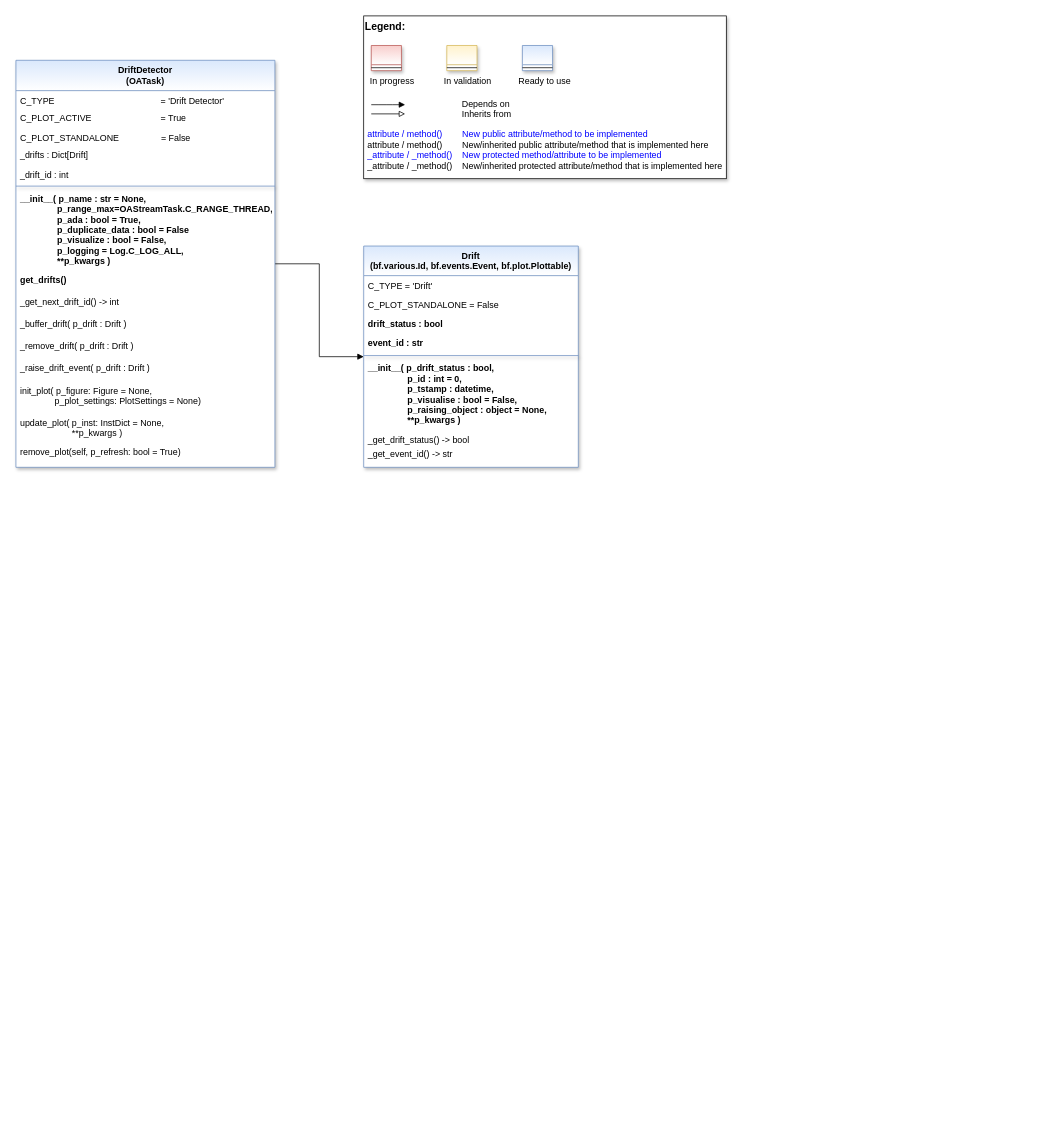
Before: page "Page-1" (1 of 2) of doc/rtd/content/99_appendices/appendix2/sub/pool/mlpro_oa/streams/tasks/drift_detectors/cluster_based/images/MLPro-OA-CB-Drift-Detectors_class_diagram.drawio in fhswf/MLPro, a draw.io diagram. Source tidied: cells renumbered, new cells numbered last; positions are measured from the earlier drawing's top-left corner, leaving out a move shared by most shapes. Both pictures are drawn from the tidied source at 74%, with x=0, y=0 at pixel (16, 16).
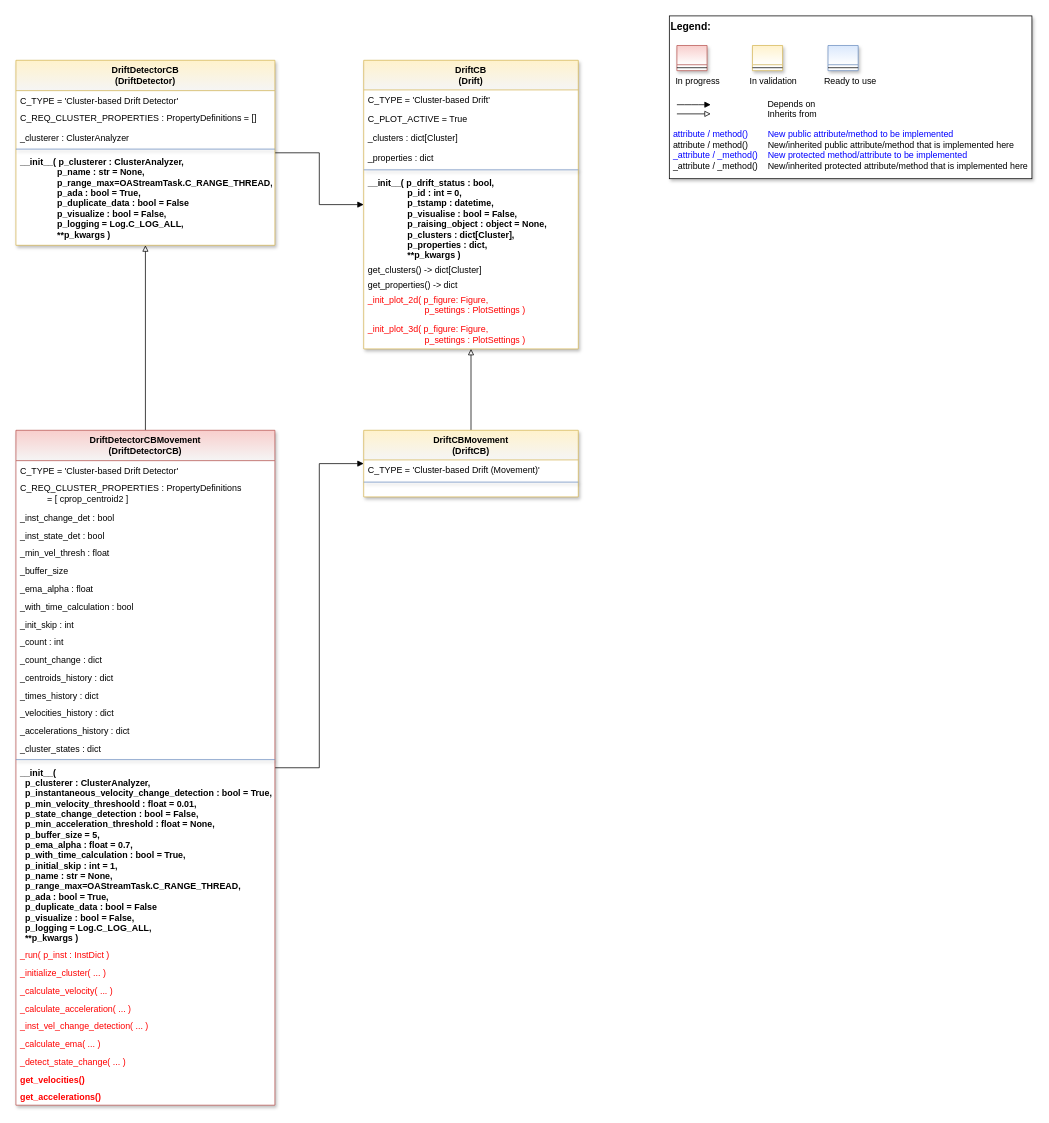
Above is the later version.

Commit message (it also covers changes not shown here):
Refact: Separation of anomaly detection from drift detection #1133

What changed in the source:
```diff
@@
     <mxCell id="2" style="group;" parent="1" vertex="1">
-      <mxGeometry x="470" width="490" height="220" as="geometry" />
+      <mxGeometry x="883" width="490" height="220" as="geometry" />
     </mxCell>
@@
-    <mxCell id="13" value="DriftDetector&#10;(OATask)" style="swimlane;align=center;verticalAlign=top;horizontal=1;startSize=41;rounded=0;shadow=1;strokeWidth=1;fillColor=#dae8fc;strokeColor=#6c8ebf;swimlaneFillColor=#ffffff;gradientColor=#ffffff;" parent="1" vertex="1">
-      <mxGeometry y="60" width="350" height="550" as="geometry" />
+    <mxCell id="13" value="DriftDetectorCB&#10;(DriftDetector)" style="swimlane;align=center;verticalAlign=top;horizontal=1;startSize=41;rounded=0;shadow=1;strokeWidth=1;fillColor=#fff2cc;strokeColor=#d6b656;swimlaneFillColor=#ffffff;gradientColor=#F5F5F5;" parent="1" vertex="1">
+      <mxGeometry y="60" width="350" height="250" as="geometry" />
     </mxCell>
-    <mxCell id="14" value="C_TYPE                                           = 'Drift Detector'" style="text;align=left;verticalAlign=top;spacingLeft=4;spacingRight=4;overflow=hidden;" parent="13" vertex="1">
+    <mxCell id="14" value="C_TYPE = 'Cluster-based Drift Detector'" style="text;align=left;verticalAlign=top;spacingLeft=4;spacingRight=4;overflow=hidden;" parent="13" vertex="1">
       <mxGeometry y="41" width="350" height="24" as="geometry" />
     </mxCell>
-    <mxCell id="15" value="C_PLOT_ACTIVE &amp;nbsp; &amp;nbsp; &amp;nbsp; &amp;nbsp; &amp;nbsp; &lt;span style=&quot;white-space: pre;&quot;&gt;&#9;&lt;/span&gt;&lt;span style=&quot;white-space: pre;&quot;&gt;&#9;&lt;/span&gt;&amp;nbsp;= True" style="text;align=left;verticalAlign=top;spacingLeft=4;spacingRight=4;overflow=hidden;html=1;" parent="13" vertex="1">
-      <mxGeometry y="65" width="350" height="26" as="geometry" />
-    </mxCell>
-    <mxCell id="16" value="C_PLOT_STANDALONE                 = False" style="text;align=left;verticalAlign=top;spacingLeft=4;spacingRight=4;overflow=hidden;" parent="13" vertex="1">
-      <mxGeometry y="91" width="350" height="24" as="geometry" />
-    </mxCell>
-    <mxCell id="17" value="_drifts : Dict[Drift]" style="text;align=left;verticalAlign=top;spacingLeft=4;spacingRight=4;overflow=hidden;" parent="13" vertex="1">
-      <mxGeometry y="115" width="350" height="26" as="geometry" />
+    <mxCell id="17" value="C_REQ_CLUSTER_PROPERTIES : PropertyDefinitions = []" style="text;align=left;verticalAlign=top;spacingLeft=4;spacingRight=4;overflow=hidden;" parent="13" vertex="1">
+      <mxGeometry y="65" width="350" height="26" as="geometry" />
     </mxCell>
-    <mxCell id="18" value="_drift_id : int" style="text;align=left;verticalAlign=top;spacingLeft=4;spacingRight=4;overflow=hidden;" parent="13" vertex="1">
-      <mxGeometry y="141" width="350" height="25" as="geometry" />
+    <mxCell id="18" value="_clusterer : ClusterAnalyzer" style="text;align=left;verticalAlign=top;spacingLeft=4;spacingRight=4;overflow=hidden;" parent="13" vertex="1">
+      <mxGeometry y="91" width="350" height="25" as="geometry" />
     </mxCell>
     <mxCell id="19" style="line;html=1;strokeWidth=1;align=center;verticalAlign=top;spacingTop=-1;spacingLeft=3;spacingRight=3;labelPosition=right;rounded=0;shadow=1;strokeColor=#6c8ebf;swimlaneFillColor=#ffffff;fontFamily=Helvetica;fontSize=12;fontColor=default;fontStyle=3;fillColor=#dae8fc;gradientColor=#ffffff;" parent="13" vertex="1">
-      <mxGeometry y="166" width="350" height="8" as="geometry" />
+      <mxGeometry y="116" width="350" height="8" as="geometry" />
     </mxCell>
-    <mxCell id="20" value="__init__( p_name : str = None,&#10;               p_range_max=OAStreamTask.C_RANGE_THREAD,&#10;               p_ada : bool = True,&#10;               p_duplicate_data : bool = False&#10;               p_visualize : bool = False,&#10;               p_logging = Log.C_LOG_ALL,&#10;               **p_kwargs )" style="text;align=left;verticalAlign=top;spacingLeft=4;spacingRight=4;overflow=hidden;fontStyle=1;" parent="13" vertex="1">
-      <mxGeometry y="174" width="350" height="109" as="geometry" />
+    <mxCell id="20" value="__init__( p_clusterer : ClusterAnalyzer,&#10;               p_name : str = None,&#10;               p_range_max=OAStreamTask.C_RANGE_THREAD,&#10;               p_ada : bool = True,&#10;               p_duplicate_data : bool = False&#10;               p_visualize : bool = False,&#10;               p_logging = Log.C_LOG_ALL,&#10;               **p_kwargs )" style="text;align=left;verticalAlign=top;spacingLeft=4;spacingRight=4;overflow=hidden;fontStyle=1;" parent="13" vertex="1">
+      <mxGeometry y="124" width="350" height="126" as="geometry" />
     </mxCell>
-    <mxCell id="21" value="get_drifts()" style="text;align=left;verticalAlign=top;spacingLeft=4;spacingRight=4;overflow=hidden;shadow=1;fontStyle=1;" parent="13" vertex="1">
-      <mxGeometry y="283" width="350" height="30" as="geometry" />
-    </mxCell>
-    <mxCell id="22" value="_get_next_drift_id() -&gt; int" style="text;align=left;verticalAlign=top;spacingLeft=4;spacingRight=4;overflow=hidden;shadow=1;" parent="13" vertex="1">
-      <mxGeometry y="313" width="350" height="30" as="geometry" />
-    </mxCell>
-    <mxCell id="23" value="_buffer_drift( p_drift : Drift ) " style="text;align=left;verticalAlign=top;spacingLeft=4;spacingRight=4;overflow=hidden;shadow=1;" parent="13" vertex="1">
-      <mxGeometry y="343" width="350" height="30" as="geometry" />
-    </mxCell>
-    <mxCell id="24" value="_remove_drift( p_drift : Drift )" style="text;align=left;verticalAlign=top;spacingLeft=4;spacingRight=4;overflow=hidden;shadow=1;" parent="13" vertex="1">
-      <mxGeometry y="373" width="350" height="30" as="geometry" />
-    </mxCell>
-    <mxCell id="25" value="_raise_drift_event( p_drift : Drift )" style="text;align=left;verticalAlign=top;spacingLeft=4;spacingRight=4;overflow=hidden;shadow=1;" parent="13" vertex="1">
-      <mxGeometry y="403" width="350" height="30" as="geometry" />
-    </mxCell>
-    <mxCell id="26" value="init_plot( p_figure: Figure = None,&#10;              p_plot_settings: PlotSettings = None)" style="text;align=left;verticalAlign=top;spacingLeft=4;spacingRight=4;overflow=hidden;shadow=1;" parent="13" vertex="1">
-      <mxGeometry y="433" width="350" height="43" as="geometry" />
-    </mxCell>
-    <mxCell id="27" value="update_plot( p_inst: InstDict = None,&#10;                     **p_kwargs )" style="text;align=left;verticalAlign=top;spacingLeft=4;spacingRight=4;overflow=hidden;shadow=1;" parent="13" vertex="1">
-      <mxGeometry y="476" width="350" height="40" as="geometry" />
-    </mxCell>
-    <mxCell id="28" value="remove_plot(self, p_refresh: bool = True)" style="text;align=left;verticalAlign=top;spacingLeft=4;spacingRight=4;overflow=hidden;shadow=1;" parent="13" vertex="1">
-      <mxGeometry y="516" width="350" height="30" as="geometry" />
-    </mxCell>
-    <mxCell id="29" value="Drift&#10;(bf.various.Id, bf.events.Event, bf.plot.Plottable)" style="swimlane;fontStyle=1;align=center;verticalAlign=top;horizontal=1;startSize=40;rounded=0;shadow=1;strokeWidth=1;fillColor=#dae8fc;strokeColor=#6c8ebf;swimlaneFillColor=#ffffff;gradientColor=#ffffff;fontFamily=Helvetica;fontSize=12;fontColor=default;" parent="1" vertex="1">
-      <mxGeometry x="470" y="311" width="290" height="299" as="geometry" />
+    <mxCell id="29" value="DriftCB&#10;(Drift)" style="swimlane;fontStyle=1;align=center;verticalAlign=top;horizontal=1;startSize=40;rounded=0;shadow=1;strokeWidth=1;fillColor=#fff2cc;strokeColor=#d6b656;swimlaneFillColor=#ffffff;fontFamily=Helvetica;fontSize=12;gradientColor=#F5F5F5;" parent="1" vertex="1">
+      <mxGeometry x="470" y="60" width="290" height="390" as="geometry" />
     </mxCell>
-    <mxCell id="30" value="C_TYPE = 'Drift'" style="text;align=left;verticalAlign=top;spacingLeft=4;spacingRight=4;overflow=hidden;" parent="29" vertex="1">
+    <mxCell id="30" value="C_TYPE = 'Cluster-based Drift'" style="text;align=left;verticalAlign=top;spacingLeft=4;spacingRight=4;overflow=hidden;" parent="29" vertex="1">
       <mxGeometry y="40" width="290" height="26" as="geometry" />
     </mxCell>
-    <mxCell id="31" value="C_PLOT_STANDALONE = False" style="text;align=left;verticalAlign=top;spacingLeft=4;spacingRight=4;overflow=hidden;" parent="29" vertex="1">
+    <mxCell id="31" value="C_PLOT_ACTIVE = True" style="text;align=left;verticalAlign=top;spacingLeft=4;spacingRight=4;overflow=hidden;" parent="29" vertex="1">
       <mxGeometry y="66" width="290" height="26" as="geometry" />
     </mxCell>
-    <mxCell id="32" value="drift_status : bool" style="text;align=left;verticalAlign=top;spacingLeft=4;spacingRight=4;overflow=hidden;fontStyle=1;" parent="29" vertex="1">
+    <mxCell id="32" value="_clusters : dict[Cluster]" style="text;align=left;verticalAlign=top;spacingLeft=4;spacingRight=4;overflow=hidden;fontStyle=0;" parent="29" vertex="1">
       <mxGeometry y="92" width="290" height="26" as="geometry" />
     </mxCell>
-    <mxCell id="33" value="event_id : str" style="text;align=left;verticalAlign=top;spacingLeft=4;spacingRight=4;overflow=hidden;fontStyle=1;" parent="29" vertex="1">
+    <mxCell id="33" value="_properties : dict" style="text;align=left;verticalAlign=top;spacingLeft=4;spacingRight=4;overflow=hidden;fontStyle=0;" parent="29" vertex="1">
       <mxGeometry y="118" width="290" height="26" as="geometry" />
     </mxCell>
@@
-    <mxCell id="35" value="__init__( p_drift_status : bool,&#10;                p_id : int = 0,&#10;                p_tstamp : datetime,&#10;                p_visualise : bool = False,&#10;                p_raising_object : object = None,&#10;                **p_kwargs )" style="text;align=left;verticalAlign=top;spacingLeft=4;spacingRight=4;overflow=hidden;fontStyle=1;" parent="29" vertex="1">
-      <mxGeometry y="152" width="290" height="96" as="geometry" />
+    <mxCell id="35" value="__init__( p_drift_status : bool,&#10;                p_id : int = 0,&#10;                p_tstamp : datetime,&#10;                p_visualise : bool = False,&#10;                p_raising_object : object = None,&#10;                p_clusters : dict[Cluster],&#10;                p_properties : dict,&#10;                **p_kwargs )" style="text;align=left;verticalAlign=top;spacingLeft=4;spacingRight=4;overflow=hidden;fontStyle=1;" parent="29" vertex="1">
+      <mxGeometry y="152" width="290" height="118" as="geometry" />
     </mxCell>
-    <mxCell id="36" value="_get_drift_status() -&gt; bool" style="text;align=left;verticalAlign=top;spacingLeft=4;spacingRight=4;overflow=hidden;" parent="29" vertex="1">
-      <mxGeometry y="248" width="290" height="20" as="geometry" />
+    <mxCell id="36" value="get_clusters() -&gt; dict[Cluster]" style="text;align=left;verticalAlign=top;spacingLeft=4;spacingRight=4;overflow=hidden;" parent="29" vertex="1">
+      <mxGeometry y="270" width="290" height="20" as="geometry" />
     </mxCell>
-    <mxCell id="37" value="_get_event_id() -&gt; str" style="text;align=left;verticalAlign=top;spacingLeft=4;spacingRight=4;overflow=hidden;" parent="29" vertex="1">
-      <mxGeometry y="268" width="290" height="20" as="geometry" />
+    <mxCell id="37" value="get_properties() -&gt; dict" style="text;align=left;verticalAlign=top;spacingLeft=4;spacingRight=4;overflow=hidden;" parent="29" vertex="1">
+      <mxGeometry y="290" width="290" height="20" as="geometry" />
     </mxCell>
+    <mxCell id="38" value="_init_plot_2d( p_figure: Figure, &#10;                       p_settings : PlotSettings )" style="text;align=left;verticalAlign=top;spacingLeft=4;spacingRight=4;overflow=hidden;fontColor=#FF0000;" parent="29" vertex="1">
+      <mxGeometry y="310" width="290" height="40" as="geometry" />
+    </mxCell>
+    <mxCell id="39" value="_init_plot_3d( p_figure: Figure, &#10;                       p_settings : PlotSettings )" style="text;align=left;verticalAlign=top;spacingLeft=4;spacingRight=4;overflow=hidden;fontColor=#FF0000;" parent="29" vertex="1">
+      <mxGeometry y="350" width="290" height="40" as="geometry" />
+    </mxCell>
+    <mxCell id="40" style="edgeStyle=orthogonalEdgeStyle;rounded=0;jettySize=auto;html=1;endArrow=block;endFill=0;" parent="1" edge="1" source="42" target="13">
+      <mxGeometry relative="1" as="geometry" />
+    </mxCell>
+    <mxCell id="41" style="edgeStyle=orthogonalEdgeStyle;rounded=0;jettySize=auto;html=1;endArrow=block;endFill=1;" parent="1" edge="1" source="42" target="71">
+      <mxGeometry relative="1" as="geometry" />
+    </mxCell>
+    <mxCell id="42" value="DriftDetectorCBMovement&#10;(DriftDetectorCB)" style="swimlane;align=center;verticalAlign=top;horizontal=1;startSize=41;rounded=0;shadow=1;strokeWidth=1;fillColor=#f8cecc;strokeColor=#b85450;swimlaneFillColor=#ffffff;gradientColor=#F5F5F5;" parent="1" vertex="1">
+      <mxGeometry y="560" width="350" height="912" as="geometry" />
+    </mxCell>
+    <mxCell id="43" value="C_TYPE = 'Cluster-based Drift Detector'" style="text;align=left;verticalAlign=top;spacingLeft=4;spacingRight=4;overflow=hidden;" parent="42" vertex="1">
+      <mxGeometry y="41" width="350" height="24" as="geometry" />
+    </mxCell>
+    <mxCell id="44" value="C_REQ_CLUSTER_PROPERTIES : PropertyDefinitions &#10;           = [ cprop_centroid2 ]" style="text;align=left;verticalAlign=top;spacingLeft=4;spacingRight=4;overflow=hidden;" parent="42" vertex="1">
+      <mxGeometry y="65" width="350" height="40" as="geometry" />
+    </mxCell>
+    <mxCell id="45" value="_inst_change_det : bool" style="text;align=left;verticalAlign=top;spacingLeft=4;spacingRight=4;overflow=hidden;" parent="42" vertex="1">
+      <mxGeometry y="105" width="350" height="24" as="geometry" />
+    </mxCell>
+    <mxCell id="46" value="_inst_state_det : bool" style="text;align=left;verticalAlign=top;spacingLeft=4;spacingRight=4;overflow=hidden;" parent="42" vertex="1">
+      <mxGeometry y="129" width="350" height="24" as="geometry" />
+    </mxCell>
+    <mxCell id="47" value="_min_vel_thresh : float" style="text;align=left;verticalAlign=top;spacingLeft=4;spacingRight=4;overflow=hidden;" parent="42" vertex="1">
+      <mxGeometry y="153" width="350" height="24" as="geometry" />
+    </mxCell>
+    <mxCell id="48" value="_buffer_size" style="text;align=left;verticalAlign=top;spacingLeft=4;spacingRight=4;overflow=hidden;" parent="42" vertex="1">
+      <mxGeometry y="177" width="350" height="24" as="geometry" />
+    </mxCell>
+    <mxCell id="49" value="_ema_alpha : float" style="text;align=left;verticalAlign=top;spacingLeft=4;spacingRight=4;overflow=hidden;" parent="42" vertex="1">
+      <mxGeometry y="201" width="350" height="24" as="geometry" />
+    </mxCell>
+    <mxCell id="50" value="_with_time_calculation : bool" style="text;align=left;verticalAlign=top;spacingLeft=4;spacingRight=4;overflow=hidden;" parent="42" vertex="1">
+      <mxGeometry y="225" width="350" height="24" as="geometry" />
+    </mxCell>
+    <mxCell id="51" value="_init_skip : int" style="text;align=left;verticalAlign=top;spacingLeft=4;spacingRight=4;overflow=hidden;" parent="42" vertex="1">
+      <mxGeometry y="249" width="350" height="24" as="geometry" />
+    </mxCell>
+    <mxCell id="52" value="_count : int" style="text;align=left;verticalAlign=top;spacingLeft=4;spacingRight=4;overflow=hidden;" parent="42" vertex="1">
+      <mxGeometry y="273" width="350" height="24" as="geometry" />
+    </mxCell>
+    <mxCell id="53" value="_count_change : dict" style="text;align=left;verticalAlign=top;spacingLeft=4;spacingRight=4;overflow=hidden;" parent="42" vertex="1">
+      <mxGeometry y="297" width="350" height="24" as="geometry" />
+    </mxCell>
+    <mxCell id="54" value="_centroids_history : dict" style="text;align=left;verticalAlign=top;spacingLeft=4;spacingRight=4;overflow=hidden;" parent="42" vertex="1">
+      <mxGeometry y="321" width="350" height="24" as="geometry" />
+    </mxCell>
+    <mxCell id="55" value="_times_history : dict" style="text;align=left;verticalAlign=top;spacingLeft=4;spacingRight=4;overflow=hidden;" parent="42" vertex="1">
+      <mxGeometry y="345" width="350" height="24" as="geometry" />
+    </mxCell>
+    <mxCell id="56" value="_velocities_history : dict" style="text;align=left;verticalAlign=top;spacingLeft=4;spacingRight=4;overflow=hidden;" parent="42" vertex="1">
+      <mxGeometry y="369" width="350" height="24" as="geometry" />
+    </mxCell>
+    <mxCell id="57" value="_accelerations_history : dict" style="text;align=left;verticalAlign=top;spacingLeft=4;spacingRight=4;overflow=hidden;" parent="42" vertex="1">
+      <mxGeometry y="393" width="350" height="24" as="geometry" />
+    </mxCell>
+    <mxCell id="58" value="_cluster_states : dict" style="text;align=left;verticalAlign=top;spacingLeft=4;spacingRight=4;overflow=hidden;" parent="42" vertex="1">
+      <mxGeometry y="417" width="350" height="24" as="geometry" />
+    </mxCell>
+    <mxCell id="59" style="line;html=1;strokeWidth=1;align=center;verticalAlign=top;spacingTop=-1;spacingLeft=3;spacingRight=3;labelPosition=right;rounded=0;shadow=1;strokeColor=#6c8ebf;swimlaneFillColor=#ffffff;fontFamily=Helvetica;fontSize=12;fontColor=default;fontStyle=3;fillColor=#dae8fc;gradientColor=#ffffff;" parent="42" vertex="1">
+      <mxGeometry y="441" width="350" height="8" as="geometry" />
+    </mxCell>
+    <mxCell id="60" value="__init__( &#10;  p_clusterer : ClusterAnalyzer,&#10;  p_instantaneous_velocity_change_detection : bool = True,&#10;  p_min_velocity_threshoold : float = 0.01,&#10;  p_state_change_detection : bool = False,&#10;  p_min_acceleration_threshold : float = None,&#10;  p_buffer_size = 5,&#10;  p_ema_alpha : float = 0.7,&#10;  p_with_time_calculation : bool = True,&#10;  p_initial_skip : int = 1,&#10;  p_name : str = None,&#10;  p_range_max=OAStreamTask.C_RANGE_THREAD,&#10;  p_ada : bool = True,&#10;  p_duplicate_data : bool = False&#10;  p_visualize : bool = False,&#10;  p_logging = Log.C_LOG_ALL,&#10;  **p_kwargs )" style="text;align=left;verticalAlign=top;spacingLeft=4;spacingRight=4;overflow=hidden;fontStyle=1;" parent="42" vertex="1">
+      <mxGeometry y="449" width="350" height="247" as="geometry" />
+    </mxCell>
+    <mxCell id="61" value="_run( p_inst : InstDict )" style="text;align=left;verticalAlign=top;spacingLeft=4;spacingRight=4;overflow=hidden;fontColor=#FF0000;" parent="42" vertex="1">
+      <mxGeometry y="696" width="350" height="24" as="geometry" />
+    </mxCell>
+    <mxCell id="62" value="_initialize_cluster( ... )" style="text;align=left;verticalAlign=top;spacingLeft=4;spacingRight=4;overflow=hidden;fontColor=#FF0000;" parent="42" vertex="1">
+      <mxGeometry y="720" width="350" height="24" as="geometry" />
+    </mxCell>
+    <mxCell id="63" value="_calculate_velocity( ... )" style="text;align=left;verticalAlign=top;spacingLeft=4;spacingRight=4;overflow=hidden;fontColor=#FF0000;" parent="42" vertex="1">
+      <mxGeometry y="744" width="350" height="24" as="geometry" />
+    </mxCell>
+    <mxCell id="64" value="_calculate_acceleration( ... )" style="text;align=left;verticalAlign=top;spacingLeft=4;spacingRight=4;overflow=hidden;fontColor=#FF0000;" parent="42" vertex="1">
+      <mxGeometry y="768" width="350" height="24" as="geometry" />
+    </mxCell>
+    <mxCell id="65" value="_inst_vel_change_detection( ... )" style="text;align=left;verticalAlign=top;spacingLeft=4;spacingRight=4;overflow=hidden;fontColor=#FF0000;" parent="42" vertex="1">
+      <mxGeometry y="792" width="350" height="24" as="geometry" />
+    </mxCell>
+    <mxCell id="66" value="_calculate_ema( ... )" style="text;align=left;verticalAlign=top;spacingLeft=4;spacingRight=4;overflow=hidden;fontColor=#FF0000;" parent="42" vertex="1">
+      <mxGeometry y="816" width="350" height="24" as="geometry" />
+    </mxCell>
+    <mxCell id="67" value="_detect_state_change( ... )" style="text;align=left;verticalAlign=top;spacingLeft=4;spacingRight=4;overflow=hidden;fontColor=#FF0000;" parent="42" vertex="1">
+      <mxGeometry y="840" width="350" height="24" as="geometry" />
+    </mxCell>
+    <mxCell id="68" value="get_velocities() " style="text;align=left;verticalAlign=top;spacingLeft=4;spacingRight=4;overflow=hidden;fontColor=#FF0000;fontStyle=1;" parent="42" vertex="1">
+      <mxGeometry y="864" width="350" height="24" as="geometry" />
+    </mxCell>
+    <mxCell id="69" value="get_accelerations()" style="text;align=left;verticalAlign=top;spacingLeft=4;spacingRight=4;overflow=hidden;fontColor=#FF0000;fontStyle=1;" parent="42" vertex="1">
+      <mxGeometry y="888" width="350" height="24" as="geometry" />
+    </mxCell>
+    <mxCell id="70" style="edgeStyle=orthogonalEdgeStyle;rounded=0;jettySize=auto;html=1;endArrow=block;endFill=0;" parent="1" edge="1" source="71" target="29">
+      <mxGeometry relative="1" as="geometry" />
+    </mxCell>
+    <mxCell id="71" value="DriftCBMovement&#10;(DriftCB)" style="swimlane;fontStyle=1;align=center;verticalAlign=top;horizontal=1;startSize=40;rounded=0;shadow=1;strokeWidth=1;fillColor=#fff2cc;strokeColor=#d6b656;swimlaneFillColor=#ffffff;fontFamily=Helvetica;fontSize=12;gradientColor=#F5F5F5;" parent="1" vertex="1">
+      <mxGeometry x="470" y="560" width="290" height="90" as="geometry" />
+    </mxCell>
+    <mxCell id="72" value="C_TYPE = 'Cluster-based Drift (Movement)'" style="text;align=left;verticalAlign=top;spacingLeft=4;spacingRight=4;overflow=hidden;" parent="71" vertex="1">
+      <mxGeometry y="40" width="290" height="26" as="geometry" />
+    </mxCell>
+    <mxCell id="73" style="line;html=1;strokeWidth=1;align=center;verticalAlign=top;spacingTop=-1;spacingLeft=3;spacingRight=3;labelPosition=right;rounded=0;shadow=1;strokeColor=#6c8ebf;swimlaneFillColor=#ffffff;fontFamily=Helvetica;fontSize=12;fontColor=default;fontStyle=1;fillColor=#dae8fc;gradientColor=#ffffff;" parent="71" vertex="1">
+      <mxGeometry y="66" width="290" height="8" as="geometry" />
+    </mxCell>
```
